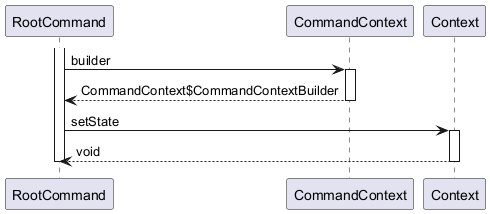
Before: business-logic/documentation/html/images/RootCommand.createContext.puml.png.png, a diagram exported from PlantUML (OlegSopilnyak/school-demo). The source it was exported from:
```plantuml
@startuml

participant RootCommand
participant CommandContext
participant Context

activate RootCommand
	RootCommand -> CommandContext : builder
	activate CommandContext
		CommandContext --> RootCommand : CommandContext$CommandContextBuilder
	deactivate CommandContext
	RootCommand -> Context : setState
	activate Context
		Context --> RootCommand : void
	deactivate Context
deactivate RootCommand

@enduml
```
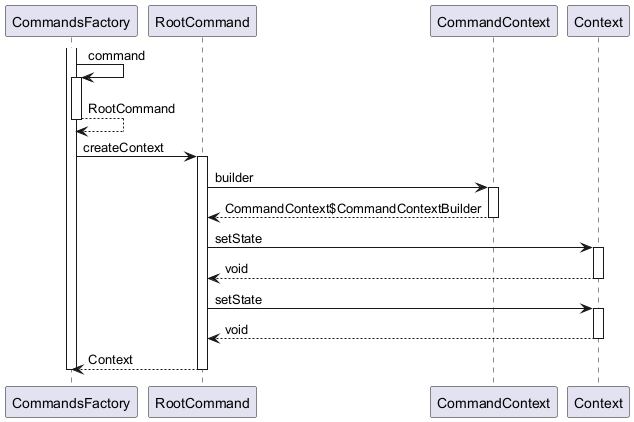
After the commit.

What changed in the source:
```diff
@@ -1,18 +1,31 @@
 @startuml
 
+participant CommandsFactory
 participant RootCommand
 participant CommandContext
 participant Context
 
-activate RootCommand
-	RootCommand -> CommandContext : builder
-	activate CommandContext
-		CommandContext --> RootCommand : CommandContext$CommandContextBuilder
-	deactivate CommandContext
-	RootCommand -> Context : setState
-	activate Context
-		Context --> RootCommand : void
-	deactivate Context
-deactivate RootCommand
+activate CommandsFactory
+	CommandsFactory -> CommandsFactory : command
+	activate CommandsFactory
+		CommandsFactory --> CommandsFactory : RootCommand
+	deactivate CommandsFactory
+	CommandsFactory -> RootCommand : createContext
+	activate RootCommand
+		RootCommand -> CommandContext : builder
+		activate CommandContext
+			CommandContext --> RootCommand : CommandContext$CommandContextBuilder
+		deactivate CommandContext
+		RootCommand -> Context : setState
+		activate Context
+			Context --> RootCommand : void
+		deactivate Context
+		RootCommand -> Context : setState
+		activate Context
+			Context --> RootCommand : void
+		deactivate Context
+		RootCommand --> CommandsFactory : Context
+	deactivate RootCommand
+deactivate CommandsFactory
 
 @enduml
```
